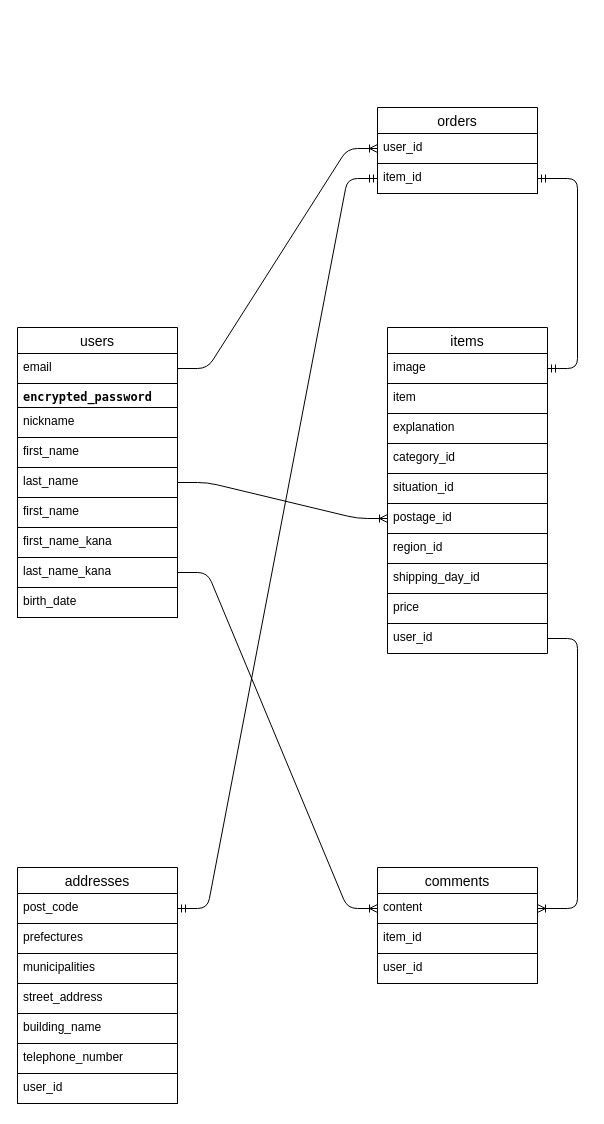
The draw.io diagram furima.dio in shota-kita/furima-42227, before the edit. Source tidied: cells renumbered, new cells numbered last; positions are measured from the earlier drawing's top-left corner, leaving out a move shared by most shapes. Both pictures are drawn from the tidied source at 100%, with x=0, y=0 at pixel (17, 107).
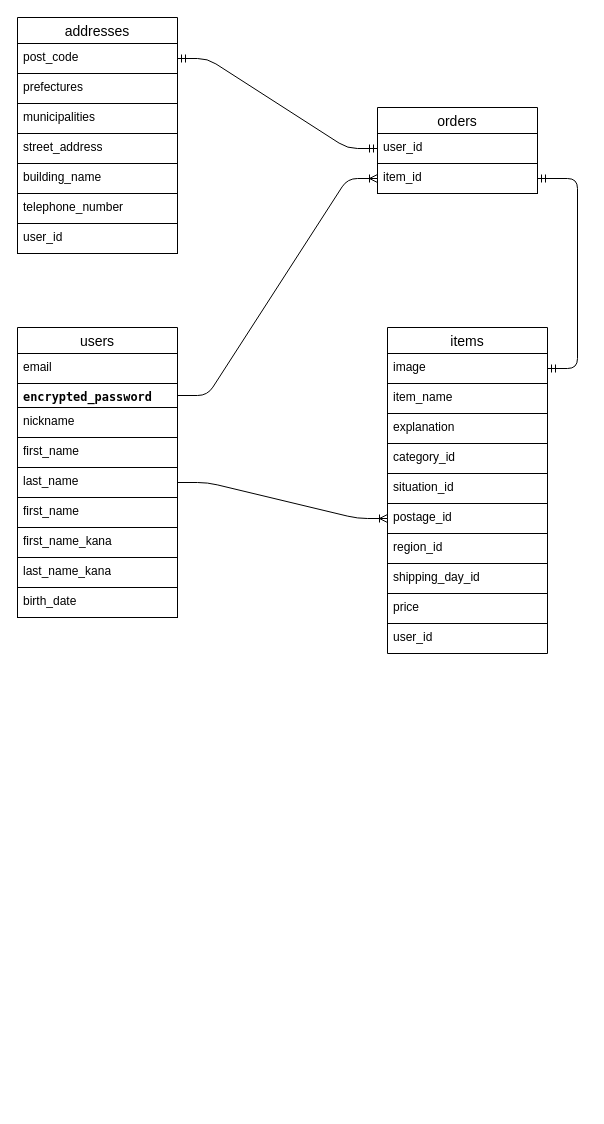
After the change.

Commit message (it also covers changes not shown here):
DB設計の修正

The change refers to these unchanged cells:
```xml
<mxCell id="3" value="email" style="text;spacingLeft=4;spacingRight=4;overflow=hidden;points=[[0,0.5],[1,0.5]];portConstraint=eastwest;fontSize=12;whiteSpace=wrap;html=1;align=left;verticalAlign=top;strokeColor=default;" parent="2" vertex="1">
  <mxGeometry y="26" width="160" height="30" as="geometry" />
</mxCell>
<mxCell id="4" value="&lt;font face=&quot;Monaspace Neon, ui-monospace, SFMono-Regular, SF Mono, Menlo, Consolas, Liberation Mono, monospace&quot;&gt;&lt;span style=&quot;font-size: 11.9px; white-space-collapse: break-spaces; background-color: light-dark(#ffffff, var(--ge-dark-color, #121212));&quot;&gt;&lt;b style=&quot;&quot;&gt;encrypted_password&lt;/b&gt;&lt;/span&gt;&lt;/font&gt;&lt;div&gt;&lt;font face=&quot;Monaspace Neon, ui-monospace, SFMono-Regular, SF Mono, Menlo, Consolas, Liberation Mono, monospace&quot;&gt;&lt;span style=&quot;font-size: 11.9px; white-space-collapse: break-spaces; background-color: rgba(129, 139, 152, 0.12);&quot;&gt;&lt;b&gt;&lt;br&gt;&lt;/b&gt;&lt;/span&gt;&lt;/font&gt;&lt;/div&gt;" style="text;spacingLeft=4;spacingRight=4;overflow=hidden;points=[[0,0.5],[1,0.5]];portConstraint=eastwest;fontSize=12;whiteSpace=wrap;html=1;align=left;verticalAlign=top;" parent="2" vertex="1">
  <mxGeometry y="56" width="160" height="24" as="geometry" />
</mxCell>
<mxCell id="10" value="last_name_kana" style="text;spacingLeft=4;spacingRight=4;overflow=hidden;points=[[0,0.5],[1,0.5]];portConstraint=eastwest;fontSize=12;whiteSpace=wrap;html=1;align=left;verticalAlign=top;strokeColor=default;" parent="2" vertex="1">
  <mxGeometry y="230" width="160" height="30" as="geometry" />
</mxCell>
<mxCell id="12" value="items" style="swimlane;fontStyle=0;horizontal=1;startSize=26;align=center;fontSize=14;" parent="1" vertex="1">
  <mxGeometry x="370" y="220" width="160" height="326" as="geometry" />
</mxCell>
<mxCell id="22" value="user_id" style="text;strokeColor=none;fillColor=none;spacingLeft=4;spacingRight=4;overflow=hidden;points=[[0,0.5],[1,0.5]];portConstraint=eastwest;fontSize=12;whiteSpace=wrap;html=1;" parent="12" vertex="1">
  <mxGeometry y="296" width="160" height="30" as="geometry" />
</mxCell>
<mxCell id="29" value="post_code" style="text;strokeColor=default;fillColor=none;spacingLeft=4;spacingRight=4;overflow=hidden;points=[[0,0.5],[1,0.5]];portConstraint=eastwest;fontSize=12;whiteSpace=wrap;html=1;" parent="28" vertex="1">
  <mxGeometry y="26" width="160" height="30" as="geometry" />
</mxCell>
<mxCell id="40" value="user_id" style="text;strokeColor=default;fillColor=none;spacingLeft=4;spacingRight=4;overflow=hidden;points=[[0,0.5],[1,0.5]];portConstraint=eastwest;fontSize=12;whiteSpace=wrap;html=1;" parent="39" vertex="1">
  <mxGeometry y="26" width="160" height="30" as="geometry" />
</mxCell>
<mxCell id="41" value="item_id" style="text;strokeColor=default;fillColor=none;spacingLeft=4;spacingRight=4;overflow=hidden;points=[[0,0.5],[1,0.5]];portConstraint=eastwest;fontSize=12;whiteSpace=wrap;html=1;" parent="39" vertex="1">
  <mxGeometry y="56" width="160" height="30" as="geometry" />
</mxCell>
```

The edit, as a diff of the source:
```diff
@@
-    <mxCell id="14" value="item" style="text;strokeColor=default;fillColor=none;spacingLeft=4;spacingRight=4;overflow=hidden;fontSize=12;whiteSpace=wrap;html=1;" parent="12" vertex="1">
+    <mxCell id="14" value="item_name" style="text;strokeColor=default;fillColor=none;spacingLeft=4;spacingRight=4;overflow=hidden;fontSize=12;whiteSpace=wrap;html=1;" parent="12" vertex="1">
       <mxGeometry y="56" width="160" height="30" as="geometry" />
     </mxCell>
@@
-    <mxCell id="23" value="comments" style="swimlane;fontStyle=0;horizontal=1;startSize=26;align=center;fontSize=14;" parent="1" vertex="1">
-      <mxGeometry x="360" y="760" width="160" height="116" as="geometry" />
-    </mxCell>
-    <mxCell id="24" value="content" style="text;strokeColor=default;fillColor=none;spacingLeft=4;spacingRight=4;overflow=hidden;points=[[0,0.5],[1,0.5]];portConstraint=eastwest;fontSize=12;whiteSpace=wrap;html=1;" parent="23" vertex="1">
-      <mxGeometry y="26" width="160" height="30" as="geometry" />
-    </mxCell>
-    <mxCell id="25" value="item_id" style="text;strokeColor=default;fillColor=none;spacingLeft=4;spacingRight=4;overflow=hidden;fontSize=12;whiteSpace=wrap;html=1;" parent="23" vertex="1">
-      <mxGeometry y="56" width="160" height="30" as="geometry" />
-    </mxCell>
-    <mxCell id="26" value="user_id" style="text;strokeColor=default;fillColor=none;spacingLeft=4;spacingRight=4;overflow=hidden;fontSize=12;whiteSpace=wrap;html=1;" parent="23" vertex="1">
-      <mxGeometry y="86" width="160" height="30" as="geometry" />
-    </mxCell>
-    <mxCell id="27" style="edgeStyle=none;html=1;entryX=0.995;entryY=0.147;entryDx=0;entryDy=0;entryPerimeter=0;strokeColor=default;" parent="23" edge="1" source="23" target="24">
-      <mxGeometry relative="1" as="geometry" />
-    </mxCell>
     <mxCell id="28" value="addresses" style="swimlane;fontStyle=0;horizontal=1;startSize=26;align=center;fontSize=14;" parent="1" vertex="1">
-      <mxGeometry y="760" width="160" height="236" as="geometry" />
+      <mxGeometry y="-90" width="160" height="236" as="geometry" />
     </mxCell>
@@
-    <mxCell id="37" style="edgeStyle=entityRelationEdgeStyle;fontSize=12;html=1;endArrow=ERoneToMany;entryX=1;entryY=0.5;entryDx=0;entryDy=0;" parent="1" edge="1" source="22" target="24">
-      <mxGeometry relative="1" as="geometry" />
-    </mxCell>
-    <mxCell id="38" style="edgeStyle=entityRelationEdgeStyle;fontSize=12;html=1;endArrow=ERoneToMany;" parent="1" edge="1" source="10" target="24">
-      <mxGeometry relative="1" as="geometry" />
-    </mxCell>
@@
-    <mxCell id="42" style="edgeStyle=entityRelationEdgeStyle;fontSize=12;html=1;endArrow=ERoneToMany;entryX=0;entryY=0.5;entryDx=0;entryDy=0;" parent="1" edge="1" source="3" target="40">
+    <mxCell id="42" style="edgeStyle=entityRelationEdgeStyle;fontSize=12;html=1;endArrow=ERoneToMany;" parent="1" edge="1" source="4" target="41">
       <mxGeometry relative="1" as="geometry">
         <Array as="points">
-          <mxPoint x="190" y="270" />
+          <mxPoint x="190" y="299" />
         </Array>
       </mxGeometry>
     </mxCell>
@@
-    <mxCell id="44" style="edgeStyle=entityRelationEdgeStyle;fontSize=12;html=1;endArrow=ERmandOne;startArrow=ERmandOne;" parent="1" edge="1" source="29" target="41">
+    <mxCell id="44" style="edgeStyle=entityRelationEdgeStyle;fontSize=12;html=1;endArrow=ERmandOne;startArrow=ERmandOne;" parent="1" edge="1" source="29" target="40">
       <mxGeometry relative="1" as="geometry" />
     </mxCell>
```
